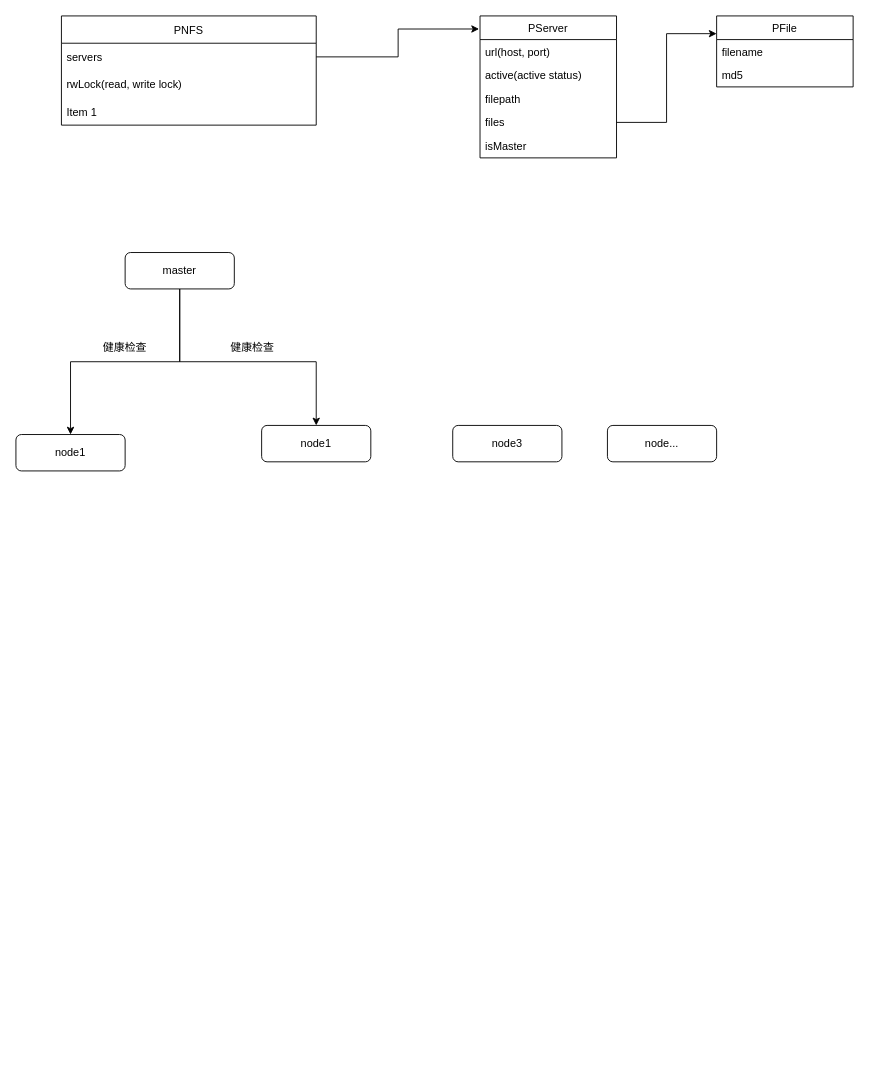
Earlier version of the draw.io diagram pnfs.drawio (piglig/psyner). Source tidied: cells renumbered, new cells numbered last; positions are measured from the earlier drawing's top-left corner, leaving out a move shared by most shapes. Both pictures are drawn from the tidied source at 91%, with x=0, y=0 at pixel (15, 15).
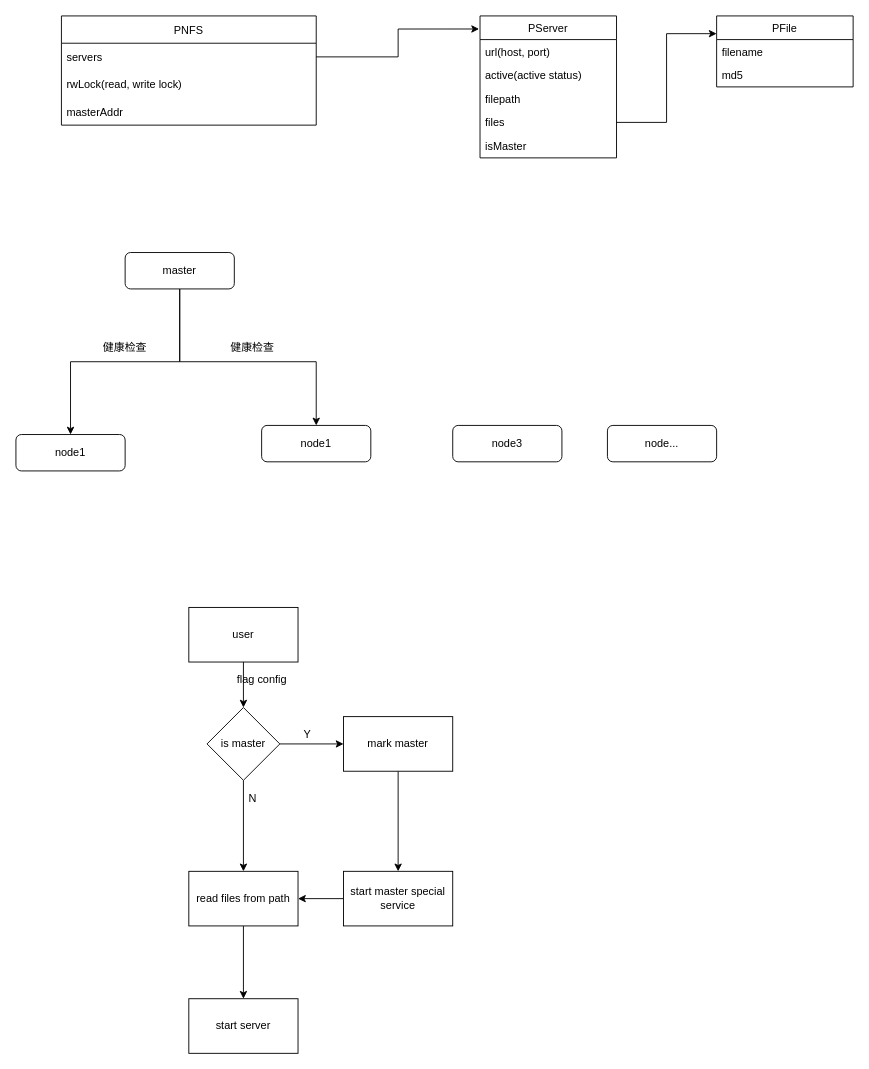
After the change.

Unchanged cells that the change refers to:
```xml
<mxCell id="7" value="PNFS" style="swimlane;fontStyle=0;horizontal=1;startSize=30;" parent="1" vertex="1">
  <mxGeometry x="50" width="280" height="120" as="geometry" />
</mxCell>
```

What changed in the source:
```diff
@@
-    <mxCell id="10" value="Item 1" style="text;strokeColor=none;fillColor=none;align=left;verticalAlign=middle;spacingLeft=4;spacingRight=4;overflow=hidden;" parent="7" vertex="1">
-      <mxGeometry y="90" width="280" height="30" as="geometry" />
-    </mxCell>
+    <mxCell id="26" value="masterAddr" style="text;strokeColor=none;fillColor=none;align=left;verticalAlign=middle;spacingLeft=4;spacingRight=4;overflow=hidden;" parent="7" vertex="1">
+      <mxGeometry y="90" width="280" height="30" as="geometry" />
+    </mxCell>
@@
+    <mxCell id="27" style="edgeStyle=orthogonalEdgeStyle;rounded=0;jettySize=auto;html=1;exitX=0.5;exitY=1;exitDx=0;exitDy=0;entryX=0.5;entryY=0;entryDx=0;entryDy=0;" parent="1" edge="1" source="28" target="31">
+      <mxGeometry relative="1" as="geometry" />
+    </mxCell>
+    <mxCell id="28" value="user" style="rounded=0;whiteSpace=wrap;html=1;" parent="1" vertex="1">
+      <mxGeometry x="190" y="650" width="120" height="60" as="geometry" />
+    </mxCell>
+    <mxCell id="29" style="edgeStyle=orthogonalEdgeStyle;rounded=0;jettySize=auto;html=1;" parent="1" edge="1" source="31" target="33">
+      <mxGeometry relative="1" as="geometry" />
+    </mxCell>
+    <mxCell id="30" style="edgeStyle=orthogonalEdgeStyle;rounded=0;jettySize=auto;html=1;exitX=0.5;exitY=1;exitDx=0;exitDy=0;entryX=0.5;entryY=0;entryDx=0;entryDy=0;" parent="1" edge="1" source="31" target="37">
+      <mxGeometry relative="1" as="geometry" />
+    </mxCell>
+    <mxCell id="31" value="is master" style="rhombus;whiteSpace=wrap;html=1;" parent="1" vertex="1">
+      <mxGeometry x="210" y="760" width="80" height="80" as="geometry" />
+    </mxCell>
+    <mxCell id="32" style="edgeStyle=orthogonalEdgeStyle;rounded=0;jettySize=auto;html=1;" parent="1" edge="1" source="33" target="40">
+      <mxGeometry relative="1" as="geometry" />
+    </mxCell>
+    <mxCell id="33" value="mark master" style="rounded=0;whiteSpace=wrap;html=1;" parent="1" vertex="1">
+      <mxGeometry x="360" y="770" width="120" height="60" as="geometry" />
+    </mxCell>
+    <mxCell id="34" value="flag config" style="text;html=1;align=center;verticalAlign=middle;strokeColor=none;fillColor=none;" parent="1" vertex="1">
+      <mxGeometry x="235" y="720" width="70" height="20" as="geometry" />
+    </mxCell>
+    <mxCell id="35" value="Y" style="text;html=1;align=center;verticalAlign=middle;strokeColor=none;fillColor=none;" parent="1" vertex="1">
+      <mxGeometry x="310" y="780" width="20" height="20" as="geometry" />
+    </mxCell>
+    <mxCell id="36" style="edgeStyle=orthogonalEdgeStyle;rounded=0;jettySize=auto;html=1;" parent="1" edge="1" source="37" target="41">
+      <mxGeometry relative="1" as="geometry" />
+    </mxCell>
+    <mxCell id="37" value="read files from path" style="rounded=0;whiteSpace=wrap;html=1;" parent="1" vertex="1">
+      <mxGeometry x="190" y="940" width="120" height="60" as="geometry" />
+    </mxCell>
+    <mxCell id="38" value="N" style="text;html=1;align=center;verticalAlign=middle;strokeColor=none;fillColor=none;" parent="1" vertex="1">
+      <mxGeometry x="250" y="850" width="20" height="20" as="geometry" />
+    </mxCell>
+    <mxCell id="39" style="edgeStyle=orthogonalEdgeStyle;rounded=0;jettySize=auto;html=1;" parent="1" edge="1" source="40" target="37">
+      <mxGeometry relative="1" as="geometry" />
+    </mxCell>
+    <mxCell id="40" value="start master special service" style="rounded=0;whiteSpace=wrap;html=1;" parent="1" vertex="1">
+      <mxGeometry x="360" y="940" width="120" height="60" as="geometry" />
+    </mxCell>
+    <mxCell id="41" value="start server" style="whiteSpace=wrap;html=1;rounded=0;" parent="1" vertex="1">
+      <mxGeometry x="190" y="1080" width="120" height="60" as="geometry" />
+    </mxCell>
```
